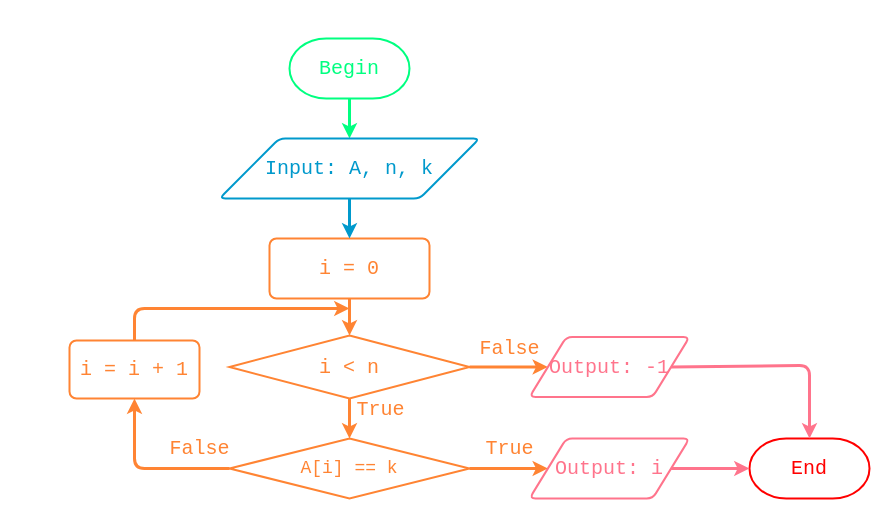
Earlier version of the draw.io diagram page "Sequential search" (1 of 2) of pictures/searching-flowchart.drawio (vtchitruong/vtchitruong.github.io). Source tidied: cells renumbered, new cells numbered last; positions are measured from the earlier drawing's top-left corner, leaving out a move shared by most shapes. Both pictures are drawn from the tidied source at 100%, with x=0, y=0 at pixel (69, 38).
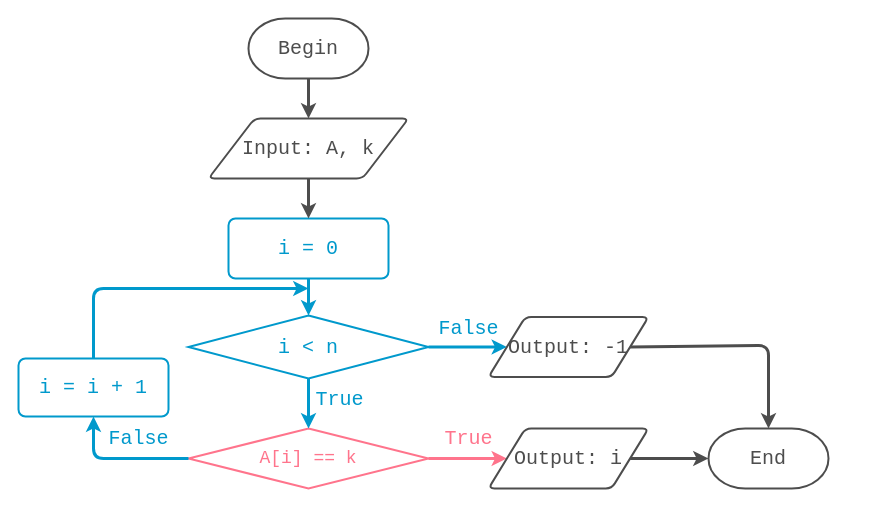
The same page after the edit.

The edit, as a diff of the source:
```diff
@@
-    <mxCell id="2" value="Begin" style="strokeWidth=2;html=1;shape=mxgraph.flowchart.terminator;whiteSpace=wrap;fontSize=20;fontFamily=consolas;strokeColor=#00FF80;fontColor=#00FF80;fillColor=none;" parent="1" vertex="1">
-      <mxGeometry x="220" width="120" height="60" as="geometry" />
+    <mxCell id="2" value="Begin" style="strokeWidth=2;html=1;shape=mxgraph.flowchart.terminator;whiteSpace=wrap;fontSize=20;fontFamily=consolas;strokeColor=#4D4D4D;fontColor=#4D4D4D;fillColor=none;" parent="1" vertex="1">
+      <mxGeometry x="179" y="-20" width="120" height="60" as="geometry" />
     </mxCell>
-    <mxCell id="3" value="i = 0" style="rounded=1;whiteSpace=wrap;html=1;absoluteArcSize=1;arcSize=14;strokeWidth=2;fontFamily=consolas;fontSize=20;strokeColor=#FF8433;fontColor=#FF8433;fillColor=none;" parent="1" vertex="1">
-      <mxGeometry x="200" y="200" width="160" height="60" as="geometry" />
+    <mxCell id="3" value="i = 0" style="rounded=1;whiteSpace=wrap;html=1;absoluteArcSize=1;arcSize=14;strokeWidth=2;fontFamily=consolas;fontSize=20;strokeColor=#0099CC;fontColor=#0099CC;fillColor=none;" parent="1" vertex="1">
+      <mxGeometry x="159" y="180" width="160" height="60" as="geometry" />
     </mxCell>
-    <mxCell id="4" style="endArrow=classic;html=1;fontFamily=consolas;fontSize=20;strokeWidth=3;fillColor=#a20025;strokeColor=#00FF80;exitX=0.5;exitY=1;exitDx=0;exitDy=0;exitPerimeter=0;entryX=0.5;entryY=0;entryDx=0;entryDy=0;" parent="1" edge="1" source="2" target="19">
+    <mxCell id="4" style="endArrow=classic;html=1;fontFamily=consolas;fontSize=20;strokeWidth=3;fillColor=#a20025;strokeColor=#4D4D4D;exitX=0.5;exitY=1;exitDx=0;exitDy=0;exitPerimeter=0;entryX=0.5;entryY=0;entryDx=0;entryDy=0;fontColor=#4D4D4D;" parent="1" edge="1" source="2" target="19">
       <mxGeometry relative="1" as="geometry" />
     </mxCell>
-    <mxCell id="5" style="endArrow=classic;html=1;fontFamily=consolas;fontSize=20;strokeWidth=3;fillColor=#a20025;strokeColor=#0099CC;exitX=0.5;exitY=1;exitDx=0;exitDy=0;entryX=0.5;entryY=0;entryDx=0;entryDy=0;" parent="1" edge="1" source="19" target="3">
+    <mxCell id="5" style="endArrow=classic;html=1;fontFamily=consolas;fontSize=20;strokeWidth=3;fillColor=#a20025;strokeColor=#4D4D4D;exitX=0.5;exitY=1;exitDx=0;exitDy=0;entryX=0.5;entryY=0;entryDx=0;entryDy=0;fontColor=#4D4D4D;" parent="1" edge="1" source="19" target="3">
       <mxGeometry relative="1" as="geometry" />
     </mxCell>
-    <mxCell id="6" value="True" style="endArrow=classic;html=1;fontFamily=consolas;fontSize=20;strokeWidth=3;fillColor=#a20025;strokeColor=#FF8433;exitX=1;exitY=0.5;exitDx=0;exitDy=0;exitPerimeter=0;entryX=0;entryY=0.5;entryDx=0;entryDy=0;fontColor=#FF8433;labelBackgroundColor=none;" parent="1" edge="1" source="12" target="17">
+    <mxCell id="6" value="True" style="endArrow=classic;html=1;fontFamily=consolas;fontSize=20;strokeWidth=3;fillColor=#a20025;strokeColor=#FF748C;exitX=1;exitY=0.5;exitDx=0;exitDy=0;exitPerimeter=0;entryX=0;entryY=0.5;entryDx=0;entryDy=0;fontColor=#FF748C;labelBackgroundColor=none;" parent="1" edge="1" source="12" target="17">
       <mxGeometry x="0.02" y="20" relative="1" as="geometry" />
     </mxCell>
-    <mxCell id="7" value="i &amp;lt; n" style="strokeWidth=2;html=1;shape=mxgraph.flowchart.decision;whiteSpace=wrap;fontFamily=consolas;fontSize=20;strokeColor=#FF8433;fontColor=#FF8433;fillColor=none;" parent="1" vertex="1">
-      <mxGeometry x="160" y="297" width="240" height="63" as="geometry" />
+    <mxCell id="7" value="i &amp;lt; n" style="strokeWidth=2;html=1;shape=mxgraph.flowchart.decision;whiteSpace=wrap;fontFamily=consolas;fontSize=20;strokeColor=#0099CC;fontColor=#0099CC;fillColor=none;" parent="1" vertex="1">
+      <mxGeometry x="119" y="277" width="240" height="63" as="geometry" />
     </mxCell>
-    <mxCell id="8" style="endArrow=classic;html=1;fontFamily=consolas;fontSize=20;strokeWidth=3;fillColor=#a20025;strokeColor=#FF8433;exitX=0.5;exitY=1;exitDx=0;exitDy=0;entryX=0.5;entryY=0;entryDx=0;entryDy=0;entryPerimeter=0;" parent="1" edge="1" source="3" target="7">
+    <mxCell id="8" style="endArrow=classic;html=1;fontFamily=consolas;fontSize=20;strokeWidth=3;fillColor=#a20025;strokeColor=#0099CC;exitX=0.5;exitY=1;exitDx=0;exitDy=0;entryX=0.5;entryY=0;entryDx=0;entryDy=0;entryPerimeter=0;fontColor=#0099CC;" parent="1" edge="1" source="3" target="7">
       <mxGeometry relative="1" as="geometry" />
     </mxCell>
-    <mxCell id="9" value="End" style="strokeWidth=2;html=1;shape=mxgraph.flowchart.terminator;whiteSpace=wrap;fontSize=20;strokeColor=#FF0000;fontColor=#FF0000;fillColor=none;fontFamily=consolas;" parent="1" vertex="1">
-      <mxGeometry x="680" y="400" width="120" height="60" as="geometry" />
+    <mxCell id="9" value="End" style="strokeWidth=2;html=1;shape=mxgraph.flowchart.terminator;whiteSpace=wrap;fontSize=20;strokeColor=#4D4D4D;fontColor=#4D4D4D;fillColor=none;fontFamily=consolas;" parent="1" vertex="1">
+      <mxGeometry x="639" y="390" width="120" height="60" as="geometry" />
     </mxCell>
-    <mxCell id="10" value="i = i + 1" style="rounded=1;whiteSpace=wrap;html=1;absoluteArcSize=1;arcSize=14;strokeWidth=2;fontFamily=consolas;fontSize=20;strokeColor=#FF8433;fontColor=#FF8433;fillColor=none;" parent="1" vertex="1">
-      <mxGeometry y="302" width="130" height="58" as="geometry" />
+    <mxCell id="10" value="i = i + 1" style="rounded=1;whiteSpace=wrap;html=1;absoluteArcSize=1;arcSize=14;strokeWidth=2;fontFamily=consolas;fontSize=20;strokeColor=#0099CC;fontColor=#0099CC;fillColor=none;" parent="1" vertex="1">
+      <mxGeometry x="-51" y="320" width="150" height="58" as="geometry" />
     </mxCell>
-    <mxCell id="11" style="endArrow=classic;html=1;fontFamily=consolas;fontSize=20;strokeWidth=3;fillColor=#a20025;strokeColor=#FF8433;exitX=0.5;exitY=0;exitDx=0;exitDy=0;" parent="1" edge="1" source="10">
+    <mxCell id="11" style="endArrow=classic;html=1;fontFamily=consolas;fontSize=20;strokeWidth=3;fillColor=#a20025;strokeColor=#0099CC;exitX=0.5;exitY=0;exitDx=0;exitDy=0;" parent="1" edge="1" source="10">
       <mxGeometry relative="1" as="geometry">
-        <mxPoint x="280" y="270" as="targetPoint" />
+        <mxPoint x="239" y="250" as="targetPoint" />
         <Array as="points">
-          <mxPoint x="65" y="270" />
+          <mxPoint x="24" y="250" />
         </Array>
       </mxGeometry>
     </mxCell>
-    <mxCell id="12" value="A[i] == k" style="strokeWidth=2;html=1;shape=mxgraph.flowchart.decision;whiteSpace=wrap;fontFamily=consolas;fontSize=18;strokeColor=#FF8433;fontColor=#FF8433;fillColor=none;" parent="1" vertex="1">
-      <mxGeometry x="160" y="400" width="240" height="60" as="geometry" />
+    <mxCell id="12" value="A[i] == k" style="strokeWidth=2;html=1;shape=mxgraph.flowchart.decision;whiteSpace=wrap;fontFamily=consolas;fontSize=18;strokeColor=#FF748C;fontColor=#FF748C;fillColor=none;" parent="1" vertex="1">
+      <mxGeometry x="119" y="390" width="240" height="60" as="geometry" />
     </mxCell>
-    <mxCell id="13" style="endArrow=classic;html=1;fontFamily=consolas;fontSize=20;strokeWidth=3;fillColor=#a20025;strokeColor=#FF8433;exitX=0.5;exitY=1;exitDx=0;exitDy=0;entryX=0.5;entryY=0;entryDx=0;entryDy=0;entryPerimeter=0;exitPerimeter=0;" parent="1" edge="1" source="7" target="12">
+    <mxCell id="13" style="endArrow=classic;html=1;fontFamily=consolas;fontSize=20;strokeWidth=3;fillColor=#a20025;strokeColor=#0099CC;exitX=0.5;exitY=1;exitDx=0;exitDy=0;entryX=0.5;entryY=0;entryDx=0;entryDy=0;entryPerimeter=0;exitPerimeter=0;fontColor=#0099CC;" parent="1" edge="1" source="7" target="12">
       <mxGeometry relative="1" as="geometry" />
     </mxCell>
-    <mxCell id="14" value="True" style="edgeLabel;html=1;align=center;verticalAlign=middle;fontFamily=consolas;fontSize=20;fontColor=#FF8433;labelBackgroundColor=none;" parent="1" vertex="1">
-      <mxGeometry x="310" y="370" as="geometry" />
+    <mxCell id="14" value="True" style="edgeLabel;html=1;align=center;verticalAlign=middle;fontFamily=consolas;fontSize=20;fontColor=#0099CC;labelBackgroundColor=none;" parent="1" vertex="1">
+      <mxGeometry x="269" y="360" as="geometry" />
     </mxCell>
-    <mxCell id="15" value="False" style="endArrow=classic;html=1;fontFamily=consolas;fontSize=20;strokeWidth=3;fillColor=#a20025;strokeColor=#FF8433;exitX=1;exitY=0.5;exitDx=0;exitDy=0;exitPerimeter=0;entryX=0;entryY=0.5;entryDx=0;entryDy=0;fontColor=#FF8433;labelBackgroundColor=none;" parent="1" edge="1" source="7" target="20">
+    <mxCell id="15" value="False" style="endArrow=classic;html=1;fontFamily=consolas;fontSize=20;strokeWidth=3;fillColor=#a20025;strokeColor=#0099CC;exitX=1;exitY=0.5;exitDx=0;exitDy=0;exitPerimeter=0;entryX=0;entryY=0.5;entryDx=0;entryDy=0;fontColor=#0099CC;labelBackgroundColor=none;" parent="1" edge="1" source="7" target="20">
       <mxGeometry x="0.02" y="19" relative="1" as="geometry" />
     </mxCell>
-    <mxCell id="16" value="False" style="endArrow=classic;html=1;fontFamily=consolas;fontSize=20;strokeWidth=3;fillColor=#a20025;strokeColor=#FF8433;exitX=0;exitY=0.5;exitDx=0;exitDy=0;exitPerimeter=0;entryX=0.5;entryY=1;entryDx=0;entryDy=0;fontColor=#FF8433;labelBackgroundColor=none;" parent="1" edge="1" source="12" target="10">
-      <mxGeometry x="-0.64" y="-20" relative="1" as="geometry">
+    <mxCell id="16" value="False" style="endArrow=classic;html=1;fontFamily=consolas;fontSize=20;strokeWidth=3;fillColor=#a20025;strokeColor=#0099CC;exitX=0;exitY=0.5;exitDx=0;exitDy=0;exitPerimeter=0;entryX=0.5;entryY=1;entryDx=0;entryDy=0;fontColor=#0099CC;labelBackgroundColor=none;" parent="1" edge="1" source="12" target="10">
+      <mxGeometry x="-0.27" y="-20" relative="1" as="geometry">
         <Array as="points">
-          <mxPoint x="65" y="430" />
+          <mxPoint x="24" y="420" />
         </Array>
       </mxGeometry>
     </mxCell>
-    <mxCell id="17" value="Output: i" style="shape=parallelogram;html=1;strokeWidth=2;perimeter=parallelogramPerimeter;whiteSpace=wrap;rounded=1;arcSize=12;size=0.23;fontSize=20;fontFamily=consolas;strokeColor=#FF748C;fontColor=#ff748c;fillColor=none;" parent="1" vertex="1">
-      <mxGeometry x="460" y="400" width="160" height="60" as="geometry" />
+    <mxCell id="17" value="Output: i" style="shape=parallelogram;html=1;strokeWidth=2;perimeter=parallelogramPerimeter;whiteSpace=wrap;rounded=1;arcSize=12;size=0.23;fontSize=20;fontFamily=consolas;strokeColor=#4D4D4D;fontColor=#4D4D4D;fillColor=none;" parent="1" vertex="1">
+      <mxGeometry x="419" y="390" width="160" height="60" as="geometry" />
     </mxCell>
-    <mxCell id="18" style="endArrow=classic;html=1;fontFamily=consolas;fontSize=20;strokeWidth=3;fillColor=#a20025;strokeColor=#FF748C;exitX=1;exitY=0.5;exitDx=0;exitDy=0;fontColor=#ff748c;" parent="1" edge="1" source="17">
+    <mxCell id="18" style="endArrow=classic;html=1;fontFamily=consolas;fontSize=20;strokeWidth=3;fillColor=#a20025;strokeColor=#4D4D4D;exitX=1;exitY=0.5;exitDx=0;exitDy=0;fontColor=#4D4D4D;" parent="1" edge="1" source="17">
       <mxGeometry relative="1" as="geometry">
-        <mxPoint x="680" y="430" as="targetPoint" />
+        <mxPoint x="639" y="420" as="targetPoint" />
       </mxGeometry>
     </mxCell>
-    <mxCell id="19" value="Input: A, n, k&lt;i&gt;&lt;br&gt;&lt;/i&gt;" style="shape=parallelogram;html=1;strokeWidth=2;perimeter=parallelogramPerimeter;whiteSpace=wrap;rounded=1;arcSize=12;size=0.23;fontSize=20;fontFamily=consolas;strokeColor=#0099CC;fillColor=none;gradientColor=#ffd966;fontColor=#0099CC;" parent="1" vertex="1">
-      <mxGeometry x="150" y="100" width="260" height="60" as="geometry" />
+    <mxCell id="19" value="Input: A, k&lt;i&gt;&lt;br&gt;&lt;/i&gt;" style="shape=parallelogram;html=1;strokeWidth=2;perimeter=parallelogramPerimeter;whiteSpace=wrap;rounded=1;arcSize=12;size=0.23;fontSize=20;fontFamily=consolas;strokeColor=#4D4D4D;fillColor=none;gradientColor=#ffd966;fontColor=#4D4D4D;" parent="1" vertex="1">
+      <mxGeometry x="139" y="80" width="200" height="60" as="geometry" />
     </mxCell>
-    <mxCell id="20" value="Output: -1" style="shape=parallelogram;html=1;strokeWidth=2;perimeter=parallelogramPerimeter;whiteSpace=wrap;rounded=1;arcSize=12;size=0.23;fontSize=20;fontFamily=consolas;strokeColor=#FF748C;fontColor=#ff748c;fillColor=none;" parent="1" vertex="1">
-      <mxGeometry x="460" y="298.5" width="160" height="60" as="geometry" />
+    <mxCell id="20" value="Output: -1" style="shape=parallelogram;html=1;strokeWidth=2;perimeter=parallelogramPerimeter;whiteSpace=wrap;rounded=1;arcSize=12;size=0.23;fontSize=20;fontFamily=consolas;strokeColor=#4D4D4D;fontColor=#4D4D4D;fillColor=none;" parent="1" vertex="1">
+      <mxGeometry x="419" y="278.5" width="160" height="60" as="geometry" />
     </mxCell>
-    <mxCell id="21" style="endArrow=classic;html=1;fontFamily=consolas;fontSize=20;strokeWidth=3;fillColor=#a20025;strokeColor=#FF748C;exitX=1;exitY=0.5;exitDx=0;exitDy=0;entryX=0.5;entryY=0;entryDx=0;entryDy=0;entryPerimeter=0;fontColor=#ff748c;" parent="1" edge="1" source="20" target="9">
+    <mxCell id="21" style="endArrow=classic;html=1;fontFamily=consolas;fontSize=20;strokeWidth=3;fillColor=#a20025;strokeColor=#4D4D4D;exitX=1;exitY=0.5;exitDx=0;exitDy=0;entryX=0.5;entryY=0;entryDx=0;entryDy=0;entryPerimeter=0;fontColor=#4D4D4D;" parent="1" edge="1" source="20" target="9">
       <mxGeometry relative="1" as="geometry">
         <Array as="points">
-          <mxPoint x="740" y="327" />
+          <mxPoint x="699" y="307" />
         </Array>
       </mxGeometry>
     </mxCell>
```
